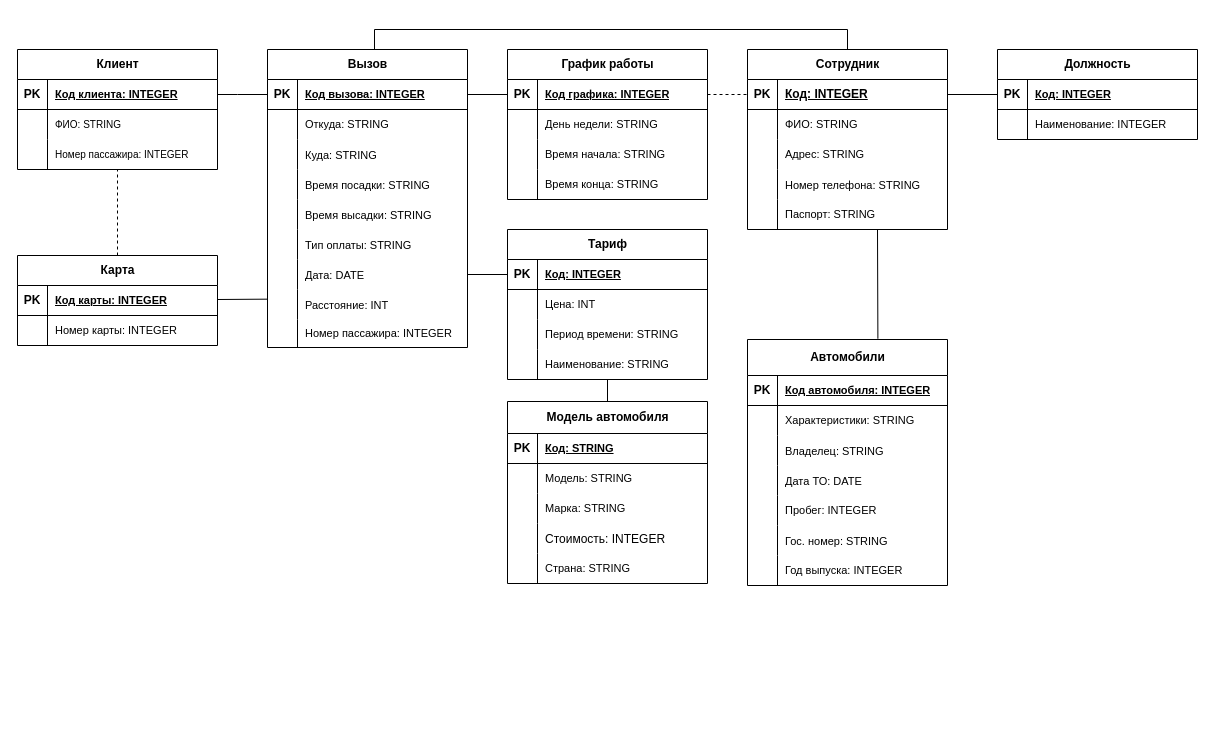
marinagovorova/DATABASES_ICT_2-3s_2022-2023_2023-2024 keeps this draw.io diagram as Цыпандин_Алексей_К3139/lab_2/taxi_service_IDEF1X.drawio. Above is the earlier version. Source tidied: cells renumbered, new cells numbered last; positions are measured from the earlier drawing's top-left corner, leaving out a move shared by most shapes. Both pictures are drawn from the tidied source at 100%, with x=0, y=0 at pixel (17, 29).
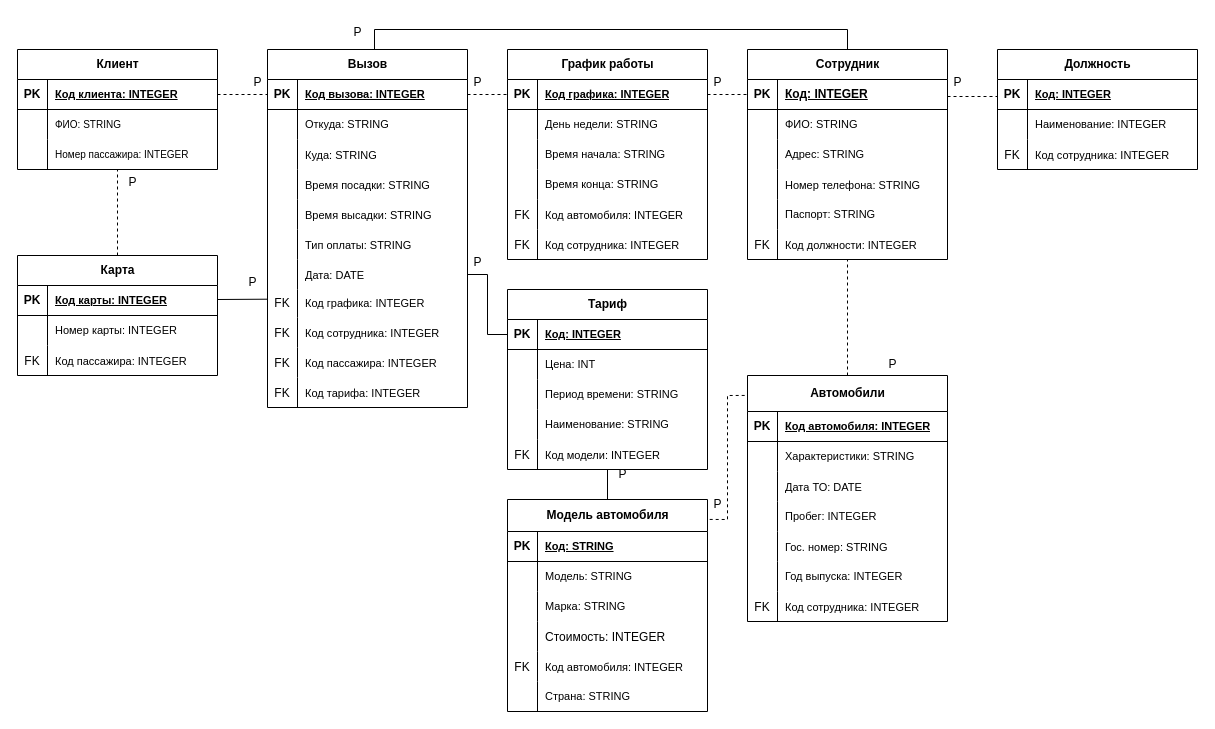
Above is the later version.

The change refers to these unchanged cells:
```xml
<mxCell id="3" style="shape=tableRow;horizontal=0;startSize=0;swimlaneHead=0;swimlaneBody=0;fillColor=none;points=[[0,0.5],[1,0.5]];portConstraint=eastwest;top=0;left=0;right=0;bottom=1;" parent="2" vertex="1">
  <mxGeometry y="30" width="200" height="30" as="geometry" />
</mxCell>
<mxCell id="21" style="shape=tableRow;horizontal=0;startSize=0;swimlaneHead=0;swimlaneBody=0;fillColor=none;points=[[0,0.5],[1,0.5]];portConstraint=eastwest;top=0;left=0;right=0;bottom=0;" parent="2" vertex="1">
  <mxGeometry y="210" width="200" height="30" as="geometry" />
</mxCell>
<mxCell id="53" style="shape=tableRow;horizontal=0;startSize=0;swimlaneHead=0;swimlaneBody=0;fillColor=none;points=[[0,0.5],[1,0.5]];portConstraint=eastwest;top=0;left=0;right=0;bottom=1;" parent="52" vertex="1">
  <mxGeometry y="30" width="200" height="30" as="geometry" />
</mxCell>
<mxCell id="66" style="shape=tableRow;horizontal=0;startSize=0;swimlaneHead=0;swimlaneBody=0;fillColor=none;points=[[0,0.5],[1,0.5]];portConstraint=eastwest;top=0;left=0;right=0;bottom=1;" parent="65" vertex="1">
  <mxGeometry y="30" width="200" height="30" as="geometry" />
</mxCell>
<mxCell id="76" style="shape=tableRow;horizontal=0;startSize=0;swimlaneHead=0;swimlaneBody=0;fillColor=none;points=[[0,0.5],[1,0.5]];portConstraint=eastwest;top=0;left=0;right=0;bottom=1;" parent="75" vertex="1">
  <mxGeometry y="30" width="200" height="30" as="geometry" />
</mxCell>
<mxCell id="108" style="shape=tableRow;horizontal=0;startSize=0;swimlaneHead=0;swimlaneBody=0;fillColor=none;points=[[0,0.5],[1,0.5]];portConstraint=eastwest;top=0;left=0;right=0;bottom=1;" parent="107" vertex="1">
  <mxGeometry y="30" width="200" height="30" as="geometry" />
</mxCell>
<mxCell id="128" style="shape=tableRow;horizontal=0;startSize=0;swimlaneHead=0;swimlaneBody=0;fillColor=none;points=[[0,0.5],[1,0.5]];portConstraint=eastwest;top=0;left=0;right=0;bottom=1;" parent="127" vertex="1">
  <mxGeometry y="30" width="200" height="30" as="geometry" />
</mxCell>
```

The edit, as a diff of the source:
```diff
@@
     <mxCell id="2" value="&lt;div&gt;Вызов&lt;/div&gt;" style="shape=table;startSize=30;childLayout=tableLayout;rowLines=0;fontStyle=1;align=center;html=1;columnLines=1;" parent="1" vertex="1">
-      <mxGeometry x="250" y="20" width="200" height="298" as="geometry" />
+      <mxGeometry x="250" y="20" width="200" height="358" as="geometry" />
     </mxCell>
@@
-    <mxCell id="24" style="shape=tableRow;horizontal=0;startSize=0;swimlaneHead=0;swimlaneBody=0;fillColor=none;points=[[0,0.5],[1,0.5]];portConstraint=eastwest;top=0;left=0;right=0;bottom=0;" parent="2" vertex="1">
-      <mxGeometry y="240" width="200" height="30" as="geometry" />
-    </mxCell>
-    <mxCell id="25" style="shape=partialRectangle;fillColor=none;top=0;left=0;bottom=0;right=0;overflow=hidden;" parent="24" vertex="1">
-      <mxGeometry width="30" height="30" as="geometry" />
-    </mxCell>
-    <mxCell id="26" value="Расстояние: INT" style="shape=partialRectangle;fillColor=none;top=0;left=0;bottom=0;right=0;align=left;spacingLeft=6;overflow=hidden;fontSize=11;" parent="24" vertex="1">
-      <mxGeometry x="30" width="170" height="30" as="geometry" />
-    </mxCell>
     <mxCell id="27" style="shape=tableRow;horizontal=0;startSize=0;swimlaneHead=0;swimlaneBody=0;fillColor=none;top=0;left=0;right=0;bottom=0;" parent="2" vertex="1">
-      <mxGeometry y="270" width="200" height="28" as="geometry" />
+      <mxGeometry y="240" width="200" height="28" as="geometry" />
     </mxCell>
-    <mxCell id="28" style="shape=partialRectangle;fillColor=none;top=0;left=0;bottom=0;right=0;overflow=hidden;whiteSpace=wrap;html=1;" parent="27" vertex="1">
+    <mxCell id="28" value="FK" style="shape=partialRectangle;fillColor=none;top=0;left=0;bottom=0;right=0;overflow=hidden;whiteSpace=wrap;html=1;" parent="27" vertex="1">
       <mxGeometry width="30" height="28" as="geometry" />
     </mxCell>
-    <mxCell id="29" value="&lt;font style=&quot;font-size: 11px;&quot;&gt;Номер пассажира: INTEGER&lt;/font&gt;" style="shape=partialRectangle;fillColor=none;top=0;left=0;bottom=0;right=0;align=left;spacingLeft=6;overflow=hidden;whiteSpace=wrap;html=1;" parent="27" vertex="1">
+    <mxCell id="29" value="&lt;font style=&quot;font-size: 11px;&quot;&gt;Код графика: INTEGER&lt;/font&gt;" style="shape=partialRectangle;fillColor=none;top=0;left=0;bottom=0;right=0;align=left;spacingLeft=6;overflow=hidden;whiteSpace=wrap;html=1;" parent="27" vertex="1">
       <mxGeometry x="30" width="170" height="28" as="geometry" />
     </mxCell>
+    <mxCell id="144" style="shape=tableRow;horizontal=0;startSize=0;swimlaneHead=0;swimlaneBody=0;fillColor=none;top=0;left=0;right=0;bottom=0;" parent="2" vertex="1">
+      <mxGeometry y="268" width="200" height="30" as="geometry" />
+    </mxCell>
+    <mxCell id="145" value="FK" style="shape=partialRectangle;fillColor=none;top=0;left=0;bottom=0;right=0;overflow=hidden;" parent="144" vertex="1">
+      <mxGeometry width="30" height="30" as="geometry" />
+    </mxCell>
+    <mxCell id="146" value="Код сотрудника: INTEGER" style="shape=partialRectangle;fillColor=none;top=0;left=0;bottom=0;right=0;align=left;spacingLeft=6;overflow=hidden;fontSize=11;" parent="144" vertex="1">
+      <mxGeometry x="30" width="170" height="30" as="geometry" />
+    </mxCell>
+    <mxCell id="147" style="shape=tableRow;horizontal=0;startSize=0;swimlaneHead=0;swimlaneBody=0;fillColor=none;top=0;left=0;right=0;bottom=0;" parent="2" vertex="1">
+      <mxGeometry y="298" width="200" height="30" as="geometry" />
+    </mxCell>
+    <mxCell id="148" value="FK" style="shape=partialRectangle;fillColor=none;top=0;left=0;bottom=0;right=0;overflow=hidden;" parent="147" vertex="1">
+      <mxGeometry width="30" height="30" as="geometry" />
+    </mxCell>
+    <mxCell id="149" value="Код пассажира: INTEGER" style="shape=partialRectangle;fillColor=none;top=0;left=0;bottom=0;right=0;align=left;spacingLeft=6;overflow=hidden;fontSize=11;" parent="147" vertex="1">
+      <mxGeometry x="30" width="170" height="30" as="geometry" />
+    </mxCell>
+    <mxCell id="150" style="shape=tableRow;horizontal=0;startSize=0;swimlaneHead=0;swimlaneBody=0;fillColor=none;top=0;left=0;right=0;bottom=0;" parent="2" vertex="1">
+      <mxGeometry y="328" width="200" height="30" as="geometry" />
+    </mxCell>
+    <mxCell id="151" value="FK" style="shape=partialRectangle;fillColor=none;top=0;left=0;bottom=0;right=0;overflow=hidden;" parent="150" vertex="1">
+      <mxGeometry width="30" height="30" as="geometry" />
+    </mxCell>
+    <mxCell id="152" value="Код тарифа: INTEGER" style="shape=partialRectangle;fillColor=none;top=0;left=0;bottom=0;right=0;align=left;spacingLeft=6;overflow=hidden;fontSize=11;" parent="150" vertex="1">
+      <mxGeometry x="30" width="170" height="30" as="geometry" />
+    </mxCell>
     <mxCell id="30" value="Автомобили" style="shape=table;startSize=36;childLayout=tableLayout;rowLines=0;fontStyle=1;align=center;html=1;" parent="1" vertex="1">
-      <mxGeometry x="730" y="310" width="200" height="246" as="geometry" />
+      <mxGeometry x="730" y="346" width="200" height="246" as="geometry" />
     </mxCell>
@@
-    <mxCell id="37" style="shape=tableRow;horizontal=0;startSize=0;swimlaneHead=0;swimlaneBody=0;fillColor=none;top=0;left=0;right=0;bottom=0;" parent="30" vertex="1">
-      <mxGeometry y="96" width="200" height="30" as="geometry" />
-    </mxCell>
-    <mxCell id="38" style="shape=partialRectangle;fillColor=none;top=0;left=0;bottom=0;right=0;overflow=hidden;" parent="37" vertex="1">
-      <mxGeometry width="30" height="30" as="geometry" />
-    </mxCell>
-    <mxCell id="39" value="Владелец: STRING" style="shape=partialRectangle;fillColor=none;top=0;left=0;bottom=0;right=0;align=left;spacingLeft=6;overflow=hidden;fontSize=11;" parent="37" vertex="1">
-      <mxGeometry x="30" width="170" height="30" as="geometry" />
-    </mxCell>
     <mxCell id="40" style="shape=tableRow;horizontal=0;startSize=0;swimlaneHead=0;swimlaneBody=0;fillColor=none;top=0;left=0;right=0;bottom=0;" parent="30" vertex="1">
-      <mxGeometry y="126" width="200" height="30" as="geometry" />
+      <mxGeometry y="96" width="200" height="30" as="geometry" />
     </mxCell>
@@
     <mxCell id="43" style="shape=tableRow;horizontal=0;startSize=0;swimlaneHead=0;swimlaneBody=0;fillColor=none;top=0;left=0;right=0;bottom=0;" parent="30" vertex="1">
-      <mxGeometry y="156" width="200" height="30" as="geometry" />
+      <mxGeometry y="126" width="200" height="30" as="geometry" />
     </mxCell>
@@
     <mxCell id="46" style="shape=tableRow;horizontal=0;startSize=0;swimlaneHead=0;swimlaneBody=0;fillColor=none;top=0;left=0;right=0;bottom=0;" parent="30" vertex="1">
-      <mxGeometry y="186" width="200" height="30" as="geometry" />
+      <mxGeometry y="156" width="200" height="30" as="geometry" />
     </mxCell>
@@
     <mxCell id="49" style="shape=tableRow;horizontal=0;startSize=0;swimlaneHead=0;swimlaneBody=0;fillColor=none;top=0;left=0;right=0;bottom=0;" parent="30" vertex="1">
-      <mxGeometry y="216" width="200" height="30" as="geometry" />
+      <mxGeometry y="186" width="200" height="30" as="geometry" />
     </mxCell>
@@
+    <mxCell id="153" style="shape=tableRow;horizontal=0;startSize=0;swimlaneHead=0;swimlaneBody=0;fillColor=none;top=0;left=0;right=0;bottom=0;" parent="30" vertex="1">
+      <mxGeometry y="216" width="200" height="30" as="geometry" />
+    </mxCell>
+    <mxCell id="154" value="FK" style="shape=partialRectangle;fillColor=none;top=0;left=0;bottom=0;right=0;overflow=hidden;" parent="153" vertex="1">
+      <mxGeometry width="30" height="30" as="geometry" />
+    </mxCell>
+    <mxCell id="155" value="Код сотрудника: INTEGER" style="shape=partialRectangle;fillColor=none;top=0;left=0;bottom=0;right=0;align=left;spacingLeft=6;overflow=hidden;fontSize=11;" parent="153" vertex="1">
+      <mxGeometry x="30" width="170" height="30" as="geometry" />
+    </mxCell>
     <mxCell id="52" value="Тариф" style="shape=table;startSize=30;childLayout=tableLayout;rowLines=0;fontStyle=1;align=center;html=1;" parent="1" vertex="1">
-      <mxGeometry x="490" y="200" width="200" height="150" as="geometry" />
+      <mxGeometry x="490" y="260" width="200" height="180" as="geometry" />
     </mxCell>
@@
+    <mxCell id="156" style="shape=tableRow;horizontal=0;startSize=0;swimlaneHead=0;swimlaneBody=0;fillColor=none;top=0;left=0;right=0;bottom=0;" parent="52" vertex="1">
+      <mxGeometry y="150" width="200" height="30" as="geometry" />
+    </mxCell>
+    <mxCell id="157" value="FK" style="shape=partialRectangle;fillColor=none;top=0;left=0;bottom=0;right=0;overflow=hidden;" parent="156" vertex="1">
+      <mxGeometry width="30" height="30" as="geometry" />
+    </mxCell>
+    <mxCell id="158" value="Код модели: INTEGER" style="shape=partialRectangle;fillColor=none;top=0;left=0;bottom=0;right=0;align=left;spacingLeft=6;overflow=hidden;fontSize=11;" parent="156" vertex="1">
+      <mxGeometry x="30" width="170" height="30" as="geometry" />
+    </mxCell>
@@
     <mxCell id="75" value="Сотрудник" style="shape=table;startSize=30;childLayout=tableLayout;rowLines=0;fontStyle=1;align=center;html=1;" parent="1" vertex="1">
-      <mxGeometry x="730" y="20" width="200" height="180" as="geometry" />
+      <mxGeometry x="730" y="20" width="200" height="210" as="geometry" />
     </mxCell>
@@
+    <mxCell id="159" style="shape=tableRow;horizontal=0;startSize=0;swimlaneHead=0;swimlaneBody=0;fillColor=none;top=0;left=0;right=0;bottom=0;" parent="75" vertex="1">
+      <mxGeometry y="180" width="200" height="30" as="geometry" />
+    </mxCell>
+    <mxCell id="160" value="FK" style="shape=partialRectangle;fillColor=none;top=0;left=0;bottom=0;right=0;overflow=hidden;" parent="159" vertex="1">
+      <mxGeometry width="30" height="30" as="geometry" />
+    </mxCell>
+    <mxCell id="161" value="Код должности: INTEGER" style="shape=partialRectangle;fillColor=none;top=0;left=0;bottom=0;right=0;align=left;spacingLeft=6;overflow=hidden;fontSize=11;" parent="159" vertex="1">
+      <mxGeometry x="30" width="170" height="30" as="geometry" />
+    </mxCell>
     <mxCell id="91" value="Модель автомобиля" style="shape=table;startSize=32;childLayout=tableLayout;rowLines=0;fontStyle=1;align=center;html=1;" parent="1" vertex="1">
-      <mxGeometry x="490" y="372" width="200" height="182" as="geometry" />
+      <mxGeometry x="490" y="470" width="200" height="212" as="geometry" />
     </mxCell>
@@
+    <mxCell id="162" style="shape=tableRow;horizontal=0;startSize=0;swimlaneHead=0;swimlaneBody=0;fillColor=none;top=0;left=0;right=0;bottom=0;" parent="91" vertex="1">
+      <mxGeometry y="152" width="200" height="30" as="geometry" />
+    </mxCell>
+    <mxCell id="163" value="FK" style="shape=partialRectangle;fillColor=none;top=0;left=0;bottom=0;right=0;overflow=hidden;" parent="162" vertex="1">
+      <mxGeometry width="30" height="30" as="geometry" />
+    </mxCell>
+    <mxCell id="164" value="Код автомобиля: INTEGER" style="shape=partialRectangle;fillColor=none;top=0;left=0;bottom=0;right=0;align=left;spacingLeft=6;overflow=hidden;fontSize=11;" parent="162" vertex="1">
+      <mxGeometry x="30" width="170" height="30" as="geometry" />
+    </mxCell>
     <mxCell id="104" style="shape=tableRow;horizontal=0;startSize=0;swimlaneHead=0;swimlaneBody=0;fillColor=none;top=0;left=0;right=0;bottom=0;" parent="91" vertex="1">
-      <mxGeometry y="152" width="200" height="30" as="geometry" />
+      <mxGeometry y="182" width="200" height="30" as="geometry" />
     </mxCell>
@@
     <mxCell id="107" value="График работы" style="shape=table;startSize=30;childLayout=tableLayout;rowLines=0;fontStyle=1;align=center;html=1;" parent="1" vertex="1">
-      <mxGeometry x="490" y="20" width="200" height="150" as="geometry" />
+      <mxGeometry x="490" y="20" width="200" height="210" as="geometry" />
     </mxCell>
@@
+    <mxCell id="165" style="shape=tableRow;horizontal=0;startSize=0;swimlaneHead=0;swimlaneBody=0;fillColor=none;top=0;left=0;right=0;bottom=0;" parent="107" vertex="1">
+      <mxGeometry y="150" width="200" height="30" as="geometry" />
+    </mxCell>
+    <mxCell id="166" value="FK" style="shape=partialRectangle;fillColor=none;top=0;left=0;bottom=0;right=0;overflow=hidden;" parent="165" vertex="1">
+      <mxGeometry width="30" height="30" as="geometry" />
+    </mxCell>
+    <mxCell id="167" value="Код автомобиля: INTEGER" style="shape=partialRectangle;fillColor=none;top=0;left=0;bottom=0;right=0;align=left;spacingLeft=6;overflow=hidden;fontSize=11;" parent="165" vertex="1">
+      <mxGeometry x="30" width="170" height="30" as="geometry" />
+    </mxCell>
+    <mxCell id="168" style="shape=tableRow;horizontal=0;startSize=0;swimlaneHead=0;swimlaneBody=0;fillColor=none;top=0;left=0;right=0;bottom=0;" parent="107" vertex="1">
+      <mxGeometry y="180" width="200" height="30" as="geometry" />
+    </mxCell>
+    <mxCell id="169" value="FK" style="shape=partialRectangle;fillColor=none;top=0;left=0;bottom=0;right=0;overflow=hidden;" parent="168" vertex="1">
+      <mxGeometry width="30" height="30" as="geometry" />
+    </mxCell>
+    <mxCell id="170" value="Код сотрудника: INTEGER" style="shape=partialRectangle;fillColor=none;top=0;left=0;bottom=0;right=0;align=left;spacingLeft=6;overflow=hidden;fontSize=11;" parent="168" vertex="1">
+      <mxGeometry x="30" width="170" height="30" as="geometry" />
+    </mxCell>
     <mxCell id="120" value="Карта" style="shape=table;startSize=30;childLayout=tableLayout;rowLines=0;fontStyle=1;align=center;html=1;bottom=1;" parent="1" vertex="1">
-      <mxGeometry y="226" width="200" height="90" as="geometry" />
+      <mxGeometry y="226" width="200" height="120" as="geometry" />
     </mxCell>
@@
+    <mxCell id="171" style="shape=tableRow;horizontal=0;startSize=0;swimlaneHead=0;swimlaneBody=0;fillColor=none;top=0;left=0;right=0;bottom=0;" parent="120" vertex="1">
+      <mxGeometry y="90" width="200" height="30" as="geometry" />
+    </mxCell>
+    <mxCell id="172" value="FK" style="shape=partialRectangle;fillColor=none;top=0;left=0;bottom=0;right=0;overflow=hidden;" parent="171" vertex="1">
+      <mxGeometry width="30" height="30" as="geometry" />
+    </mxCell>
+    <mxCell id="173" value="Код пассажира: INTEGER" style="shape=partialRectangle;fillColor=none;top=0;left=0;bottom=0;right=0;align=left;spacingLeft=6;overflow=hidden;fontSize=11;" parent="171" vertex="1">
+      <mxGeometry x="30" width="170" height="30" as="geometry" />
+    </mxCell>
     <mxCell id="127" value="Должность" style="shape=table;startSize=30;childLayout=tableLayout;rowLines=0;fontStyle=1;align=center;html=1;" parent="1" vertex="1">
-      <mxGeometry x="980" y="20" width="200" height="90" as="geometry" />
+      <mxGeometry x="980" y="20" width="200" height="120" as="geometry" />
     </mxCell>
@@
+    <mxCell id="174" style="shape=tableRow;horizontal=0;startSize=0;swimlaneHead=0;swimlaneBody=0;fillColor=none;top=0;left=0;right=0;bottom=0;" parent="127" vertex="1">
+      <mxGeometry y="90" width="200" height="30" as="geometry" />
+    </mxCell>
+    <mxCell id="175" value="FK" style="shape=partialRectangle;fillColor=none;top=0;left=0;bottom=0;right=0;overflow=hidden;" parent="174" vertex="1">
+      <mxGeometry width="30" height="30" as="geometry" />
+    </mxCell>
+    <mxCell id="176" value="Код сотрудника: INTEGER" style="shape=partialRectangle;fillColor=none;top=0;left=0;bottom=0;right=0;align=left;spacingLeft=6;overflow=hidden;fontSize=11;" parent="174" vertex="1">
+      <mxGeometry x="30" width="170" height="30" as="geometry" />
+    </mxCell>
@@
-    <mxCell id="135" style="endArrow=none;html=1;rounded=0;exitX=1;exitY=0.5;exitDx=0;exitDy=0;entryX=0;entryY=0.5;entryDx=0;entryDy=0;" parent="1" edge="1" source="76" target="128">
-      <mxGeometry relative="1" as="geometry" />
-    </mxCell>
-    <mxCell id="136" style="endArrow=none;html=1;rounded=0;entryX=0;entryY=0.5;entryDx=0;entryDy=0;exitX=1;exitY=0.5;exitDx=0;exitDy=0;" parent="1" edge="1" source="66" target="3">
-      <mxGeometry relative="1" as="geometry">
-        <Array as="points">
-          <mxPoint x="220" y="65" />
-        </Array>
-      </mxGeometry>
-    </mxCell>
     <mxCell id="137" style="endArrow=none;html=1;rounded=0;entryX=0;entryY=0.5;entryDx=0;entryDy=0;exitX=1;exitY=0.5;exitDx=0;exitDy=0;" parent="1" edge="1" source="21" target="53">
-      <mxGeometry relative="1" as="geometry" />
+      <mxGeometry relative="1" as="geometry">
+        <Array as="points">
+          <mxPoint x="470" y="245" />
+          <mxPoint x="470" y="305" />
+        </Array>
+      </mxGeometry>
     </mxCell>
     <mxCell id="138" style="endArrow=none;html=1;rounded=0;exitX=0.5;exitY=0;exitDx=0;exitDy=0;" parent="1" edge="1" source="91">
       <mxGeometry relative="1" as="geometry">
-        <mxPoint x="590" y="350" as="targetPoint" />
+        <mxPoint x="590" y="440" as="targetPoint" />
       </mxGeometry>
     </mxCell>
-    <mxCell id="139" style="endArrow=none;html=1;rounded=0;exitX=0.652;exitY=-0.003;exitDx=0;exitDy=0;exitPerimeter=0;" parent="1" edge="1" source="30">
-      <mxGeometry relative="1" as="geometry">
-        <mxPoint x="860" y="200" as="targetPoint" />
-      </mxGeometry>
-    </mxCell>
@@
-    <mxCell id="141" style="endArrow=none;html=1;rounded=0;entryX=0;entryY=0.5;entryDx=0;entryDy=0;exitX=1;exitY=0.5;exitDx=0;exitDy=0;" parent="1" edge="1" source="3" target="108">
-      <mxGeometry relative="1" as="geometry" />
-    </mxCell>
@@
-    <mxCell id="143" style="endArrow=none;html=1;rounded=0;entryX=0.002;entryY=0.322;entryDx=0;entryDy=0;entryPerimeter=0;" parent="1" edge="1" target="24">
+    <mxCell id="143" style="endArrow=none;html=1;rounded=0;entryX=0.002;entryY=0.322;entryDx=0;entryDy=0;entryPerimeter=0;" parent="1" edge="1">
       <mxGeometry relative="1" as="geometry">
         <mxPoint x="200" y="270" as="sourcePoint" />
+        <mxPoint x="250.4" y="269.7" as="targetPoint" />
       </mxGeometry>
     </mxCell>
+    <mxCell id="177" value="P" style="text;html=1;align=center;verticalAlign=middle;strokeColor=none;fillColor=none;" parent="1" vertex="1">
+      <mxGeometry x="100" y="138" width="30" height="30" as="geometry" />
+    </mxCell>
+    <mxCell id="178" value="P" style="text;html=1;align=center;verticalAlign=middle;points=[];strokeColor=none;fillColor=none;" parent="1" vertex="1">
+      <mxGeometry x="225" y="38" width="30" height="30" as="geometry" />
+    </mxCell>
+    <mxCell id="179" value="P" style="text;html=1;align=center;verticalAlign=middle;strokeColor=none;fillColor=none;" parent="1" vertex="1">
+      <mxGeometry x="325" y="-12" width="30" height="30" as="geometry" />
+    </mxCell>
+    <mxCell id="180" value="P" style="text;html=1;align=center;verticalAlign=middle;strokeColor=none;fillColor=none;" parent="1" vertex="1">
+      <mxGeometry x="445" y="38" width="30" height="30" as="geometry" />
+    </mxCell>
+    <mxCell id="181" value="P" style="text;html=1;align=center;verticalAlign=middle;strokeColor=none;fillColor=none;" parent="1" vertex="1">
+      <mxGeometry x="685" y="38" width="30" height="30" as="geometry" />
+    </mxCell>
+    <mxCell id="182" value="P" style="text;html=1;align=center;verticalAlign=middle;strokeColor=none;fillColor=none;" parent="1" vertex="1">
+      <mxGeometry x="445" y="218" width="30" height="30" as="geometry" />
+    </mxCell>
+    <mxCell id="183" value="P" style="text;html=1;align=center;verticalAlign=middle;strokeColor=none;fillColor=none;" parent="1" vertex="1">
+      <mxGeometry x="590" y="430" width="30" height="30" as="geometry" />
+    </mxCell>
+    <mxCell id="184" style="endArrow=none;dashed=1;html=1;rounded=0;exitX=1.011;exitY=0.094;exitDx=0;exitDy=0;exitPerimeter=0;entryX=-0.002;entryY=0.081;entryDx=0;entryDy=0;entryPerimeter=0;" parent="1" edge="1" source="91" target="30">
+      <mxGeometry relative="1" as="geometry">
+        <Array as="points">
+          <mxPoint x="710" y="490" />
+          <mxPoint x="710" y="366" />
+        </Array>
+      </mxGeometry>
+    </mxCell>
+    <mxCell id="185" value="P" style="text;html=1;align=center;verticalAlign=middle;strokeColor=none;fillColor=none;" parent="1" vertex="1">
+      <mxGeometry x="685" y="460" width="30" height="30" as="geometry" />
+    </mxCell>
+    <mxCell id="186" value="P" style="text;html=1;align=center;verticalAlign=middle;strokeColor=none;fillColor=none;" parent="1" vertex="1">
+      <mxGeometry x="925" y="38" width="30" height="30" as="geometry" />
+    </mxCell>
+    <mxCell id="187" value="P" style="text;html=1;align=center;verticalAlign=middle;strokeColor=none;fillColor=none;" parent="1" vertex="1">
+      <mxGeometry x="860" y="320" width="30" height="30" as="geometry" />
+    </mxCell>
+    <mxCell id="188" style="endArrow=none;dashed=1;html=1;rounded=0;exitX=1;exitY=0.5;exitDx=0;exitDy=0;entryX=0.833;entryY=0.9;entryDx=0;entryDy=0;entryPerimeter=0;" parent="1" edge="1" source="66" target="178">
+      <mxGeometry relative="1" as="geometry" />
+    </mxCell>
+    <mxCell id="141" style="endArrow=none;dashed=1;html=1;rounded=0;entryX=0;entryY=0.5;entryDx=0;entryDy=0;exitX=1;exitY=0.5;exitDx=0;exitDy=0;" parent="1" edge="1" source="3" target="108">
+      <mxGeometry relative="1" as="geometry" />
+    </mxCell>
+    <mxCell id="189" style="endArrow=none;dashed=1;html=1;rounded=0;" parent="1" edge="1">
+      <mxGeometry relative="1" as="geometry">
+        <mxPoint x="930" y="67" as="sourcePoint" />
+        <mxPoint x="980" y="67" as="targetPoint" />
+      </mxGeometry>
+    </mxCell>
+    <mxCell id="190" style="endArrow=none;dashed=1;html=1;rounded=0;exitX=0.5;exitY=0;exitDx=0;exitDy=0;" parent="1" edge="1" source="30">
+      <mxGeometry relative="1" as="geometry">
+        <mxPoint x="830" y="230" as="targetPoint" />
+      </mxGeometry>
+    </mxCell>
+    <mxCell id="191" value="P" style="text;html=1;align=center;verticalAlign=middle;strokeColor=none;fillColor=none;" parent="1" vertex="1">
+      <mxGeometry x="220" y="238" width="30" height="30" as="geometry" />
+    </mxCell>
```
